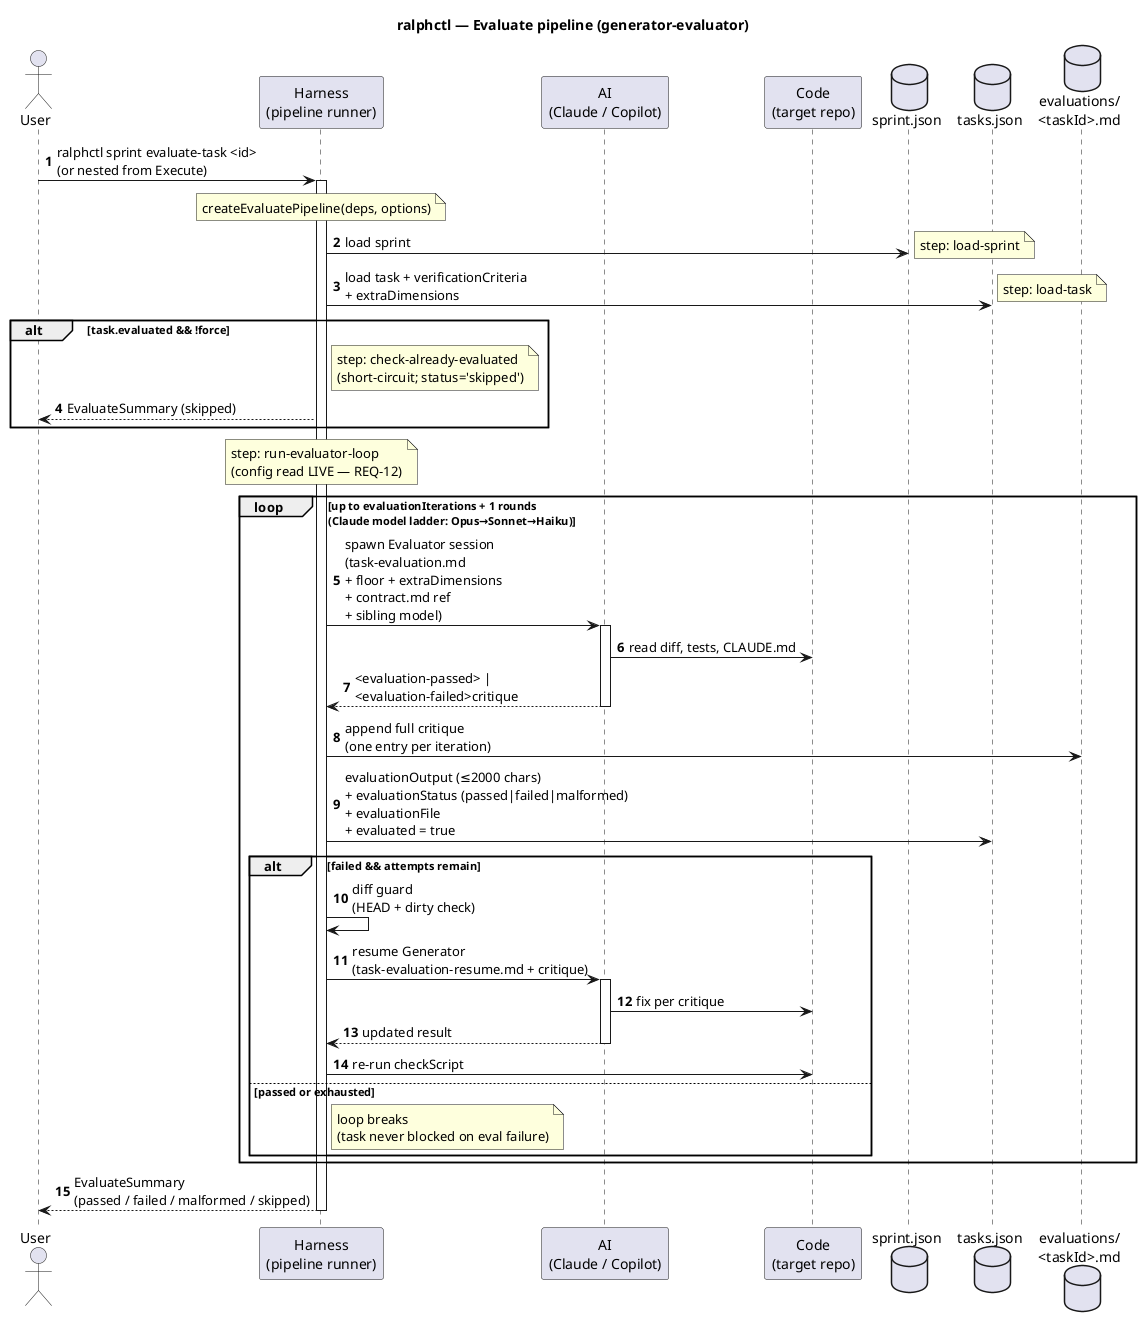
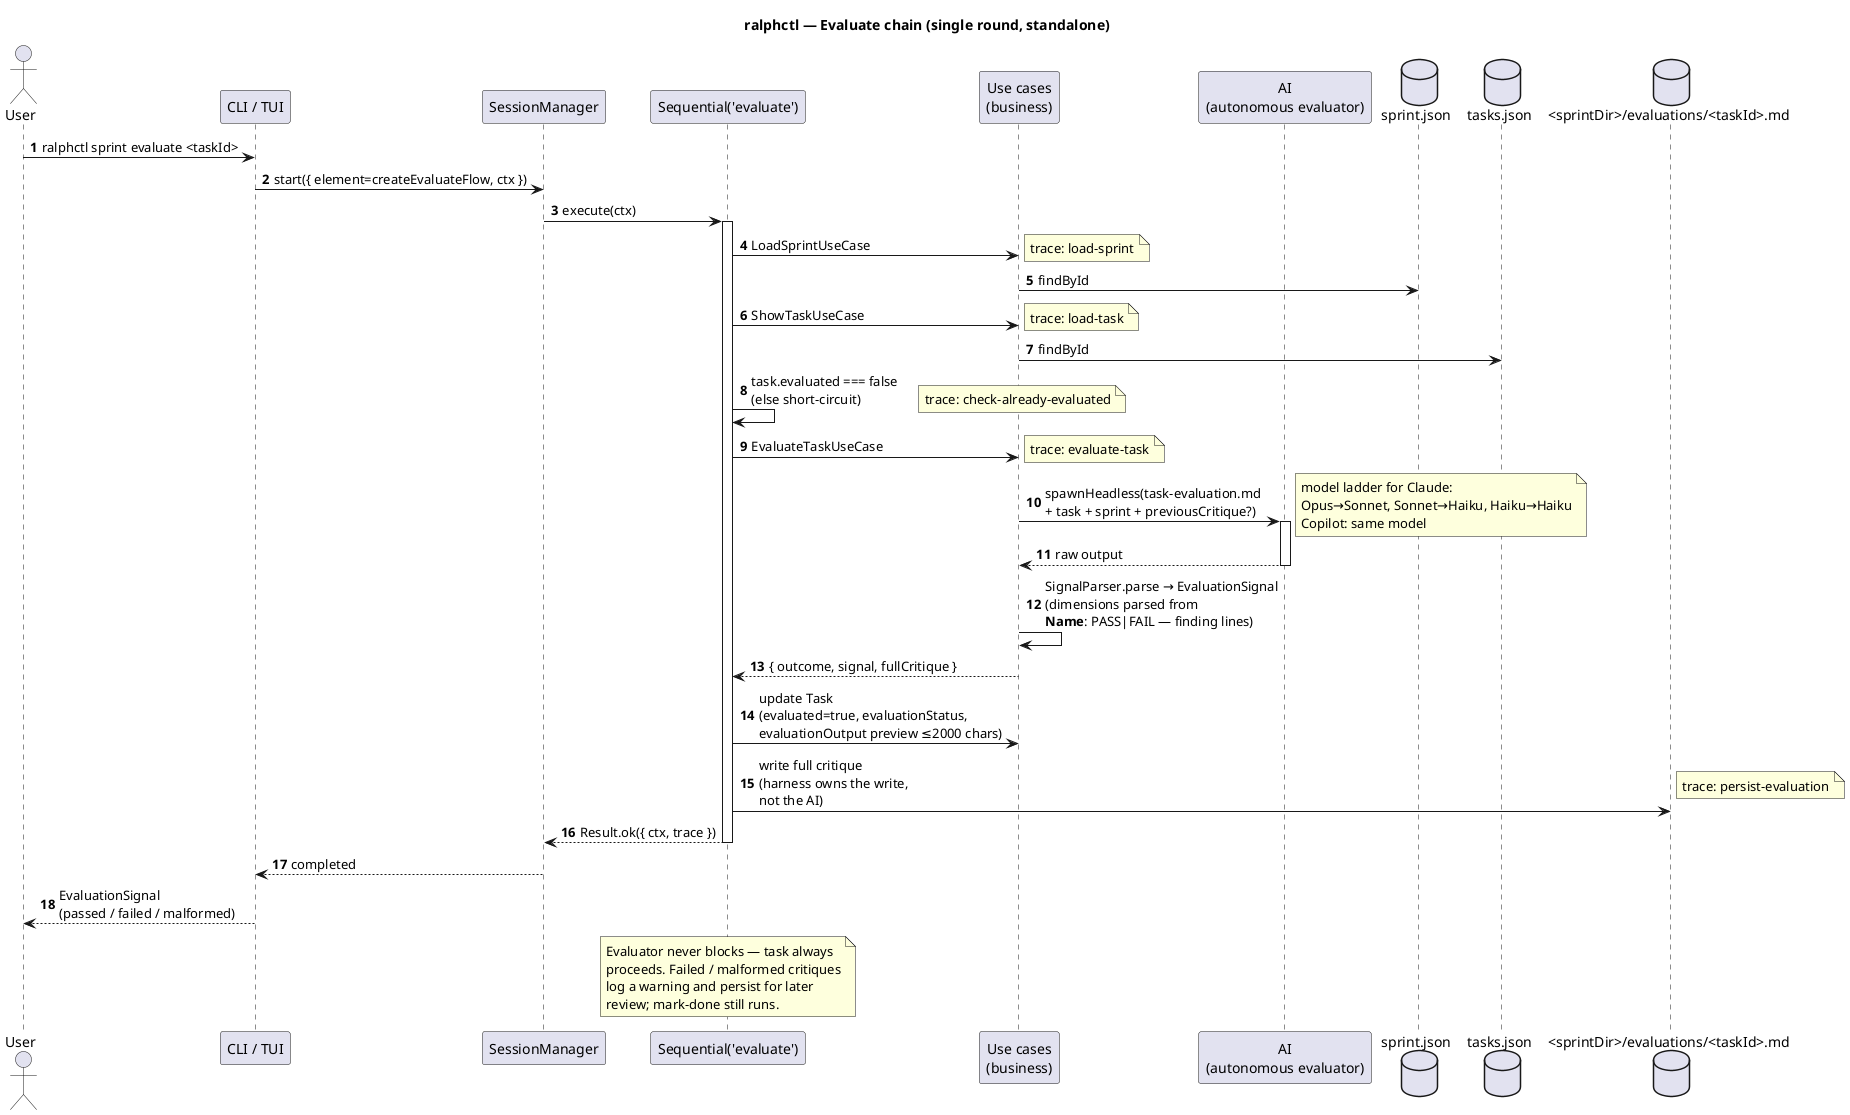
@startuml
- ' Evaluate pipeline — runs standalone (`sprint evaluate-task`) AND nested
- ' inside the Execute per-task pipeline's `evaluate-task` step.
- ' Definition: src/business/pipelines/evaluate.ts
- ' Step shape: load-sprint → load-task → check-already-evaluated → run-evaluator-loop
- title ralphctl — Evaluate pipeline (generator-evaluator)
+ ' Evaluate chain — ralphctl sprint evaluate (standalone) + nested inside per-task
+ ' Standalone factory: src/application/chains/evaluate/evaluate-flow.ts
+ ' Step trace: load-sprint → load-task → check-already-evaluated → evaluate-task → persist-evaluation
+ ' Note: the per-task chain in execute uses EvaluateAndFixLoopUseCase (multi-round); the standalone chain runs ONE round.
+ title ralphctl — Evaluate chain (single round, standalone)

autonumber

actor User
- participant Harness as "Harness\n(pipeline runner)"
- participant AI as "AI\n(Claude / Copilot)"
- participant Code as "Code\n(target repo)"
+ participant CLI as "CLI / TUI"
+ participant SM as "SessionManager"
+ participant Chain as "Sequential('evaluate')"
+ participant UC as "Use cases\n(business)"
+ participant AI as "AI\n(autonomous evaluator)"
database sprint.json
database tasks.json
- database "evaluations/\n<taskId>.md" as evals
+ database evaluations as "<sprintDir>/evaluations/<taskId>.md"

- User -> Harness : ralphctl sprint evaluate-task <id>\n(or nested from Execute)
- activate Harness
+ User -> CLI : ralphctl sprint evaluate <taskId>
+ CLI -> SM : start({ element=createEvaluateFlow, ctx })
+ SM -> Chain : execute(ctx)
+ activate Chain

- note over Harness: createEvaluatePipeline(deps, options)
+ Chain -> UC : LoadSprintUseCase
+ note right: trace: load-sprint
+ UC -> sprint.json : findById

- Harness -> sprint.json : load sprint
- note right: step: load-sprint
+ Chain -> UC : ShowTaskUseCase
+ note right: trace: load-task
+ UC -> tasks.json : findById

- Harness -> tasks.json : load task + verificationCriteria\n+ extraDimensions
- note right: step: load-task
+ Chain -> Chain : task.evaluated === false\n(else short-circuit)
+ note right: trace: check-already-evaluated

- alt task.evaluated && !force
-     note right of Harness: step: check-already-evaluated\n(short-circuit; status='skipped')
-     Harness --> User : EvaluateSummary (skipped)
- end
+ Chain -> UC : EvaluateTaskUseCase
+ note right: trace: evaluate-task
+ UC -> AI : spawnHeadless(task-evaluation.md\n+ task + sprint + previousCritique?)
+ activate AI
+ note right: model ladder for Claude:\nOpus→Sonnet, Sonnet→Haiku, Haiku→Haiku\nCopilot: same model
+ AI --> UC : raw output
+ deactivate AI
+ UC -> UC : SignalParser.parse → EvaluationSignal\n(dimensions parsed from\n**Name**: PASS|FAIL — finding lines)
+ UC --> Chain : { outcome, signal, fullCritique }

- note over Harness: step: run-evaluator-loop\n(config read LIVE — REQ-12)
+ Chain -> UC : update Task\n(evaluated=true, evaluationStatus,\nevaluationOutput preview ≤2000 chars)
+ Chain -> evaluations : write full critique\n(harness owns the write,\nnot the AI)
+ note right: trace: persist-evaluation

- loop up to evaluationIterations + 1 rounds\n(Claude model ladder: Opus→Sonnet→Haiku)
-     Harness -> AI : spawn Evaluator session\n(task-evaluation.md\n+ floor + extraDimensions\n+ contract.md ref\n+ sibling model)
-     activate AI
-     AI -> Code : read diff, tests, CLAUDE.md
-     AI --> Harness : <evaluation-passed> |\n<evaluation-failed>critique
-     deactivate AI
+ Chain --> SM : Result.ok({ ctx, trace })
+ deactivate Chain
+ SM --> CLI : completed
+ CLI --> User : EvaluationSignal\n(passed / failed / malformed)

-     Harness -> evals : append full critique\n(one entry per iteration)
-     Harness -> tasks.json : evaluationOutput (≤2000 chars)\n+ evaluationStatus (passed|failed|malformed)\n+ evaluationFile\n+ evaluated = true
- 
-     alt failed && attempts remain
-         Harness -> Harness : diff guard\n(HEAD + dirty check)
-         Harness -> AI : resume Generator\n(task-evaluation-resume.md + critique)
-         activate AI
-         AI -> Code : fix per critique
-         AI --> Harness : updated result
-         deactivate AI
-         Harness -> Code : re-run checkScript
-     else passed or exhausted
-         note right of Harness: loop breaks\n(task never blocked on eval failure)
-     end
- end
- 
- Harness --> User : EvaluateSummary\n(passed / failed / malformed / skipped)
- deactivate Harness
+ note over Chain
+   Evaluator never blocks — task always
+   proceeds. Failed / malformed critiques
+   log a warning and persist for later
+   review; mark-done still runs.
+ end note

@enduml
